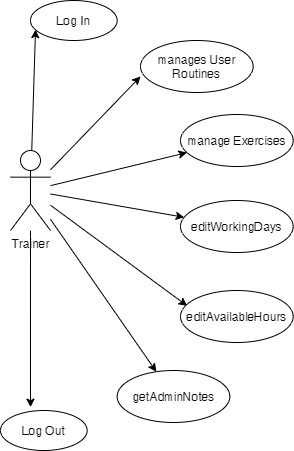
The draw.io diagram Diagrams/UML/UseCases/Trainer.png in renttrent/Techengers, before a commit. Source tidied: cells renumbered, new cells last; positions are measured from the earlier drawing's top-left corner, leaving out a move shared by most shapes.
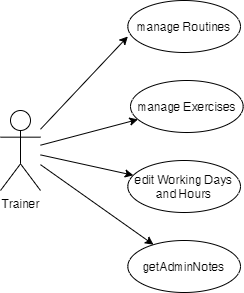
After the change.

The edit, as a diff of the source:
```diff
@@ -2,9 +2,6 @@
   <root>
     <mxCell id="0" />
     <mxCell id="1" parent="0" />
-    <mxCell id="2" style="rounded=0;jettySize=auto;html=1;entryX=0.058;entryY=0.729;entryDx=0;entryDy=0;entryPerimeter=0;" parent="1" edge="1" source="9" target="10">
-      <mxGeometry relative="1" as="geometry" />
-    </mxCell>
     <mxCell id="3" style="edgeStyle=none;rounded=0;jettySize=auto;html=1;entryX=0;entryY=0.692;entryDx=0;entryDy=0;entryPerimeter=0;" parent="1" edge="1" source="9" target="12">
       <mxGeometry relative="1" as="geometry" />
     </mxCell>
@@ -14,38 +11,23 @@
     <mxCell id="5" style="edgeStyle=none;rounded=0;jettySize=auto;html=1;" parent="1" edge="1" source="9" target="13">
       <mxGeometry relative="1" as="geometry" />
     </mxCell>
-    <mxCell id="6" style="edgeStyle=none;rounded=0;jettySize=auto;html=1;entryX=0.059;entryY=0.295;entryDx=0;entryDy=0;entryPerimeter=0;" parent="1" edge="1" source="9" target="14">
-      <mxGeometry relative="1" as="geometry" />
-    </mxCell>
     <mxCell id="7" style="edgeStyle=none;rounded=0;jettySize=auto;html=1;" parent="1" edge="1" source="9" target="15">
       <mxGeometry relative="1" as="geometry" />
     </mxCell>
-    <mxCell id="8" style="edgeStyle=none;rounded=0;jettySize=auto;html=1;entryX=0.346;entryY=-0.083;entryDx=0;entryDy=0;entryPerimeter=0;" parent="1" edge="1" source="9" target="11">
-      <mxGeometry relative="1" as="geometry" />
-    </mxCell>
     <mxCell id="9" value="Trainer" style="shape=umlActor;verticalLabelPosition=bottom;verticalAlign=top;html=1;outlineConnect=0;" parent="1" vertex="1">
       <mxGeometry x="10" y="150" width="40" height="80" as="geometry" />
     </mxCell>
-    <mxCell id="10" value="Log In" style="ellipse;whiteSpace=wrap;html=1;" parent="1" vertex="1">
-      <mxGeometry x="30" width="86.7" height="40" as="geometry" />
-    </mxCell>
-    <mxCell id="11" value="Log Out" style="ellipse;whiteSpace=wrap;html=1;" parent="1" vertex="1">
-      <mxGeometry y="410" width="86.7" height="40" as="geometry" />
-    </mxCell>
-    <mxCell id="12" value="manages User Routines" style="ellipse;whiteSpace=wrap;html=1;" parent="1" vertex="1">
-      <mxGeometry x="140" y="40" width="112.7" height="52" as="geometry" />
+    <mxCell id="12" value="manage Routines" style="ellipse;whiteSpace=wrap;html=1;" parent="1" vertex="1">
+      <mxGeometry x="137.3" y="40" width="112.7" height="52" as="geometry" />
     </mxCell>
-    <mxCell id="13" value="editWorkingDays" style="ellipse;whiteSpace=wrap;html=1;" parent="1" vertex="1">
-      <mxGeometry x="180" y="200" width="112.7" height="52" as="geometry" />
+    <mxCell id="13" value="edit Working Days and Hours" style="ellipse;whiteSpace=wrap;html=1;" parent="1" vertex="1">
+      <mxGeometry x="137.3" y="200" width="112.7" height="52" as="geometry" />
     </mxCell>
-    <mxCell id="14" value="editAvailableHours" style="ellipse;whiteSpace=wrap;html=1;" parent="1" vertex="1">
-      <mxGeometry x="180" y="290" width="112.7" height="52" as="geometry" />
-    </mxCell>
     <mxCell id="15" value="getAdminNotes" style="ellipse;whiteSpace=wrap;html=1;" parent="1" vertex="1">
-      <mxGeometry x="116.7" y="370" width="112.7" height="52" as="geometry" />
+      <mxGeometry x="137.3" y="280" width="112.7" height="52" as="geometry" />
     </mxCell>
     <mxCell id="16" value="manage Exercises" style="ellipse;whiteSpace=wrap;html=1;" parent="1" vertex="1">
-      <mxGeometry x="180" y="114" width="112.7" height="52" as="geometry" />
+      <mxGeometry x="140" y="120" width="112.7" height="52" as="geometry" />
     </mxCell>
   </root>
 </mxGraphModel>
```
